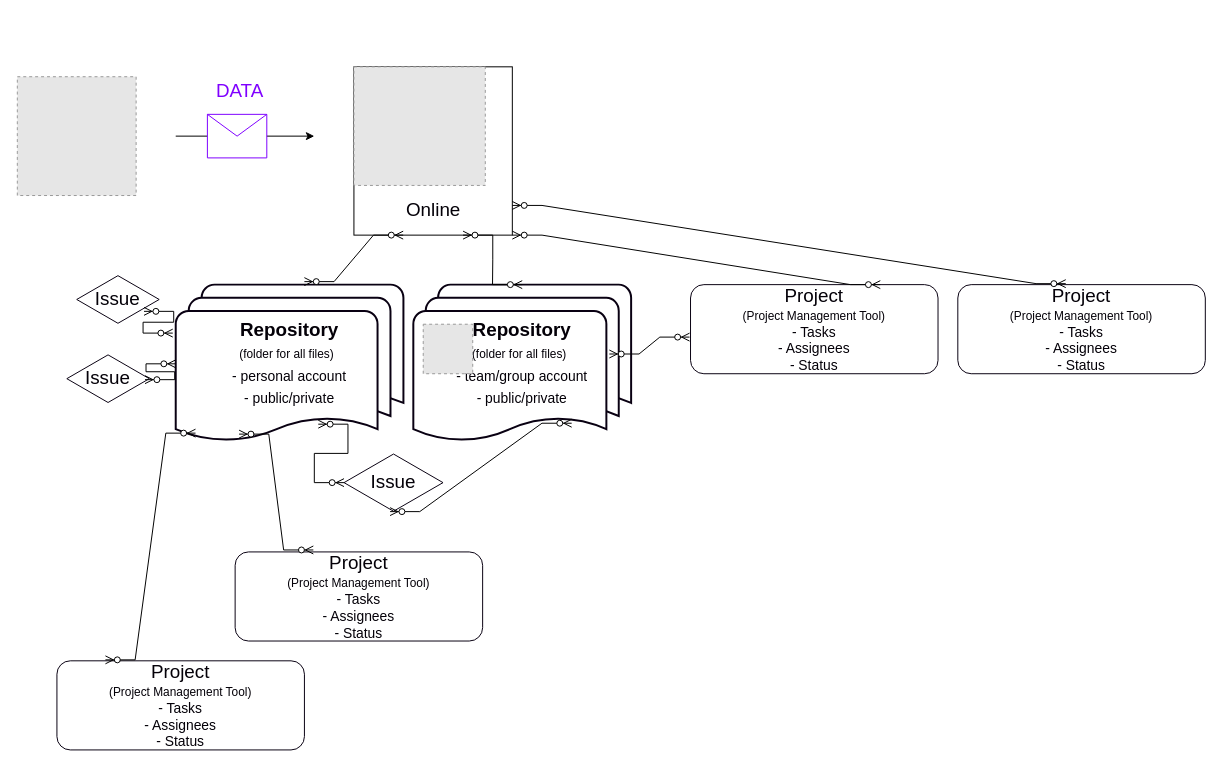
Before: Untitled Diagram.drawio in camrynallen/CamrynDAllen, a draw.io diagram. Source tidied: cells renumbered, new cells numbered last; positions are measured from the earlier drawing's top-left corner, leaving out a move shared by most shapes. Both pictures are drawn from the tidied source at 99%, with x=0, y=0 at pixel (17, 66). Pictures stored in the file or linked from it are replaced by grey dashed boxes.
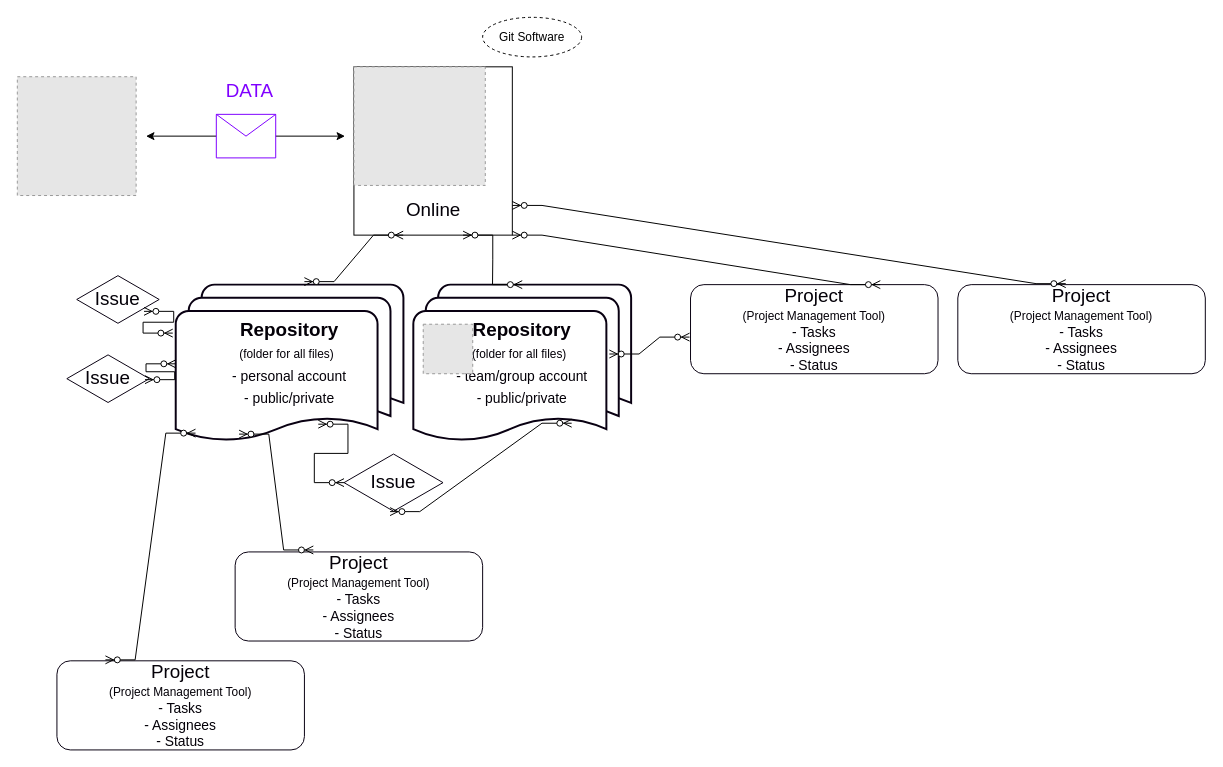
After the change.

What changed in the source:
```diff
@@
     <mxCell id="2" value="DATA" style="text;html=1;strokeColor=none;fillColor=none;align=center;verticalAlign=middle;whiteSpace=wrap;rounded=0;fontSize=19;fontColor=#7F00FF;" parent="1" vertex="1">
-      <mxGeometry x="190" y="10" width="70" height="30" as="geometry" />
+      <mxGeometry x="200" y="10" width="70" height="30" as="geometry" />
     </mxCell>
@@
-    <mxCell id="4" style="endArrow=classic;html=1;rounded=0;fontSize=19;fontColor=#7F00FF;" parent="1" edge="1">
+    <mxCell id="4" style="endArrow=classic;html=1;rounded=0;fontSize=19;fontColor=#7F00FF;startArrow=classic;startFill=1;" parent="1" edge="1">
       <mxGeometry relative="1" as="geometry">
-        <mxPoint x="160" y="70" as="sourcePoint" />
-        <mxPoint x="300" y="70" as="targetPoint" />
+        <mxPoint x="130" y="70" as="sourcePoint" />
+        <mxPoint x="331" y="70" as="targetPoint" />
       </mxGeometry>
     </mxCell>
     <mxCell id="5" style="shape=message;html=1;strokeColor=#7F00FF;fontSize=19;fontColor=#7F00FF;" parent="4" vertex="1">
       <mxGeometry width="60" height="44" relative="1" as="geometry">
-        <mxPoint x="-38" y="-22" as="offset" />
+        <mxPoint x="-30" y="-22" as="offset" />
       </mxGeometry>
     </mxCell>
@@
+    <mxCell id="30" value="Git Software" style="ellipse;whiteSpace=wrap;html=1;align=center;dashed=1;" parent="1" vertex="1">
+      <mxGeometry x="470" y="-50" width="100" height="40" as="geometry" />
+    </mxCell>
```
